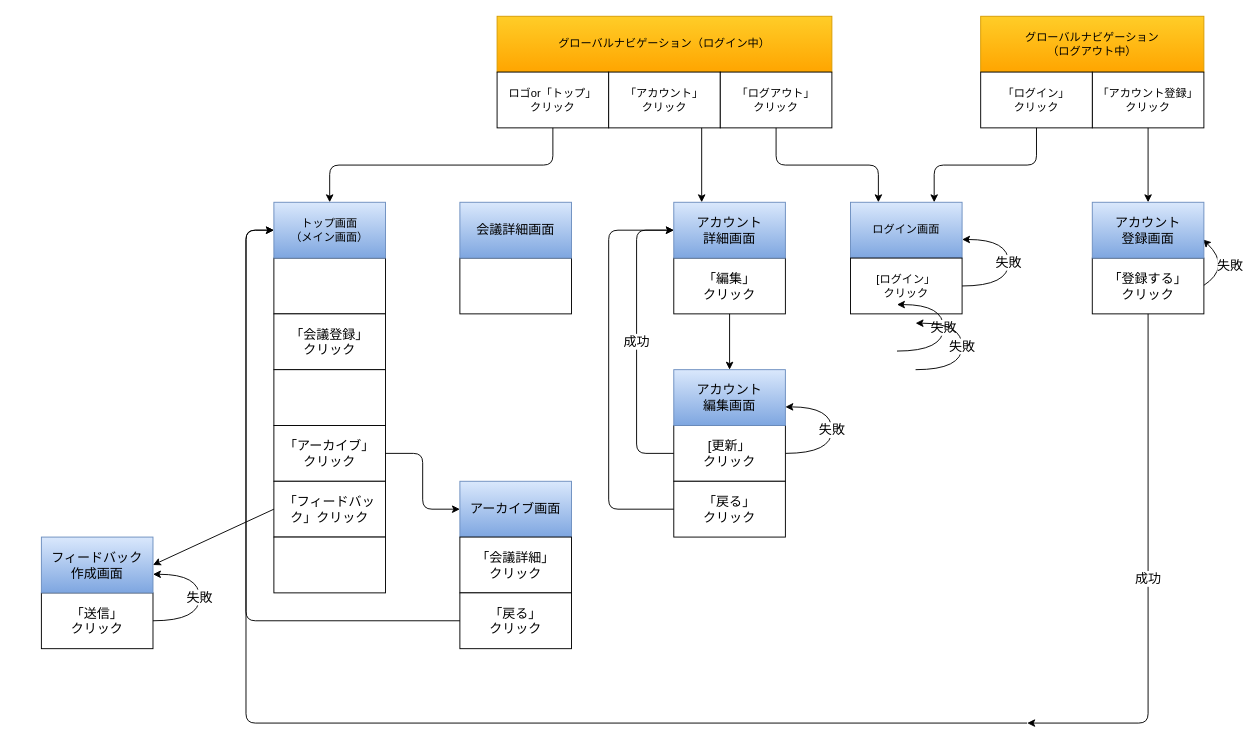
The draw.io diagram screen_transition.drawio in ushimedia/catalog_task_1, before the edit. Source tidied: cells renumbered, new cells numbered last; positions are measured from the earlier drawing's top-left corner, leaving out a move shared by most shapes. Both pictures are drawn from the tidied source at 93%, with x=0, y=0 at pixel (41, 16).
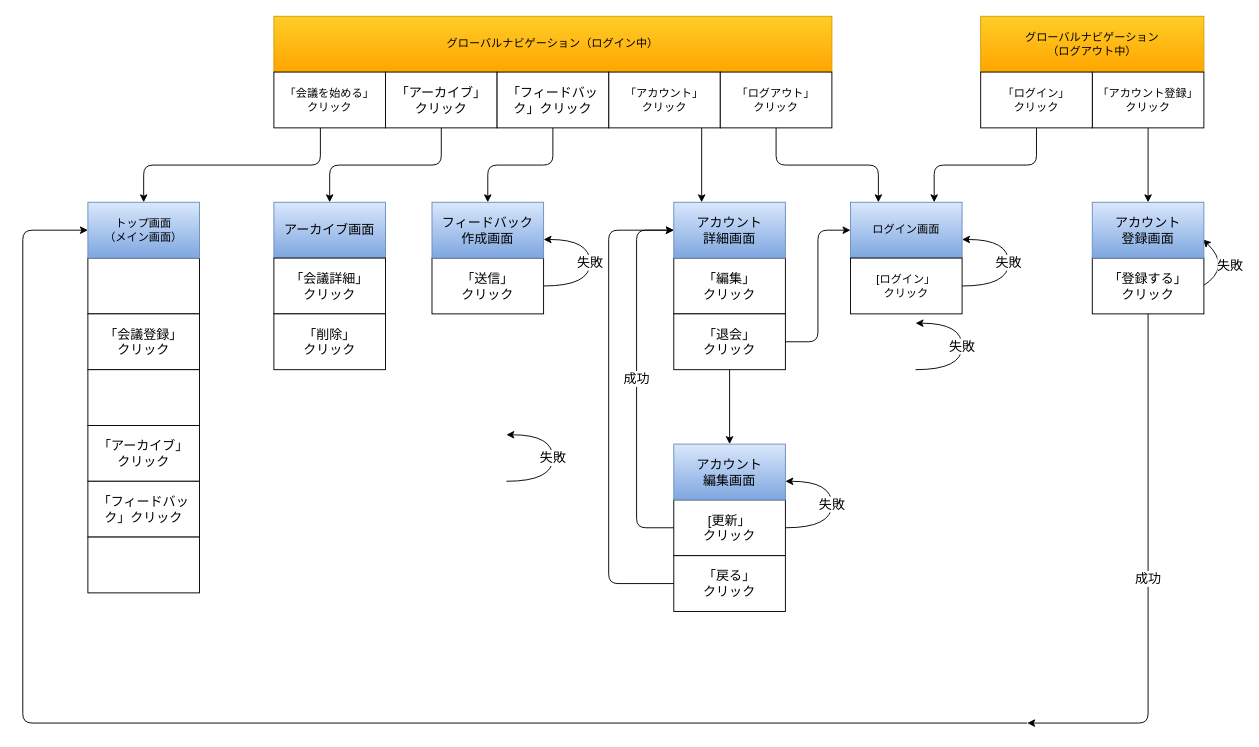
Above is the later version.

Unchanged cells that the change refers to:
```xml
<mxCell id="14" value="ログイン画面" style="rounded=0;whiteSpace=wrap;html=1;fillColor=#dae8fc;gradientColor=#7ea6e0;strokeColor=#6c8ebf;" parent="1" vertex="1">
  <mxGeometry x="870" y="200" width="120" height="60" as="geometry" />
</mxCell>
<mxCell id="28" value="「編集」&lt;br&gt;クリック" style="rounded=0;whiteSpace=wrap;html=1;fontSize=14;" parent="1" vertex="1">
  <mxGeometry x="680" y="260" width="120" height="60" as="geometry" />
</mxCell>
```

What changed in the source:
```diff
@@
     <mxCell id="2" value="グローバルナビゲーション（ログイン中）" style="rounded=0;whiteSpace=wrap;html=1;fillColor=#ffcd28;strokeColor=#d79b00;gradientColor=#ffa500;" parent="1" vertex="1">
-      <mxGeometry x="490" width="360" height="60" as="geometry" />
+      <mxGeometry x="250" width="600" height="60" as="geometry" />
     </mxCell>
-    <mxCell id="3" value="ロゴor「トップ」&lt;br&gt;クリック" style="rounded=0;whiteSpace=wrap;html=1;" parent="1" vertex="1">
-      <mxGeometry x="490" y="60" width="120" height="60" as="geometry" />
+    <mxCell id="3" value="「会議を始める」&lt;br&gt;クリック" style="rounded=0;whiteSpace=wrap;html=1;" parent="1" vertex="1">
+      <mxGeometry x="250" y="60" width="120" height="60" as="geometry" />
     </mxCell>
@@
     <mxCell id="9" style="rounded=0;whiteSpace=wrap;html=1;" parent="1" vertex="1">
-      <mxGeometry x="250" y="260" width="120" height="60" as="geometry" />
+      <mxGeometry x="50" y="260" width="120" height="60" as="geometry" />
     </mxCell>
     <mxCell id="10" value="トップ画面&lt;br&gt;（メイン画面）" style="rounded=0;whiteSpace=wrap;html=1;fillColor=#dae8fc;gradientColor=#7ea6e0;strokeColor=#6c8ebf;" parent="1" vertex="1">
-      <mxGeometry x="250" y="200" width="120" height="60" as="geometry" />
+      <mxGeometry x="50" y="200" width="120" height="60" as="geometry" />
     </mxCell>
     <mxCell id="11" value="&lt;font style=&quot;font-size: 14px&quot;&gt;「会議登録」&lt;br&gt;クリック&lt;/font&gt;" style="rounded=0;whiteSpace=wrap;html=1;" parent="1" vertex="1">
-      <mxGeometry x="250" y="320" width="120" height="60" as="geometry" />
+      <mxGeometry x="50" y="320" width="120" height="60" as="geometry" />
     </mxCell>
     <mxCell id="12" style="rounded=0;whiteSpace=wrap;html=1;" parent="1" vertex="1">
-      <mxGeometry x="250" y="380" width="120" height="60" as="geometry" />
+      <mxGeometry x="50" y="380" width="120" height="60" as="geometry" />
     </mxCell>
     <mxCell id="13" value="&lt;font style=&quot;font-size: 14px&quot;&gt;「アーカイブ」&lt;br&gt;クリック&lt;/font&gt;" style="rounded=0;whiteSpace=wrap;html=1;" parent="1" vertex="1">
-      <mxGeometry x="250" y="440" width="120" height="60" as="geometry" />
+      <mxGeometry x="50" y="440" width="120" height="60" as="geometry" />
     </mxCell>
@@
     <mxCell id="18" value="&lt;font style=&quot;font-size: 14px&quot;&gt;失敗&lt;/font&gt;" style="curved=1;endArrow=classic;html=1;" parent="1" edge="1">
       <mxGeometry relative="1" as="geometry">
-        <mxPoint x="800" y="470" as="sourcePoint" />
-        <mxPoint x="800" y="420" as="targetPoint" />
+        <mxPoint x="800" y="550" as="sourcePoint" />
+        <mxPoint x="800" y="500" as="targetPoint" />
         <Array as="points">
-          <mxPoint x="850" y="470" />
-          <mxPoint x="850" y="420" />
-          <mxPoint x="800" y="420" />
+          <mxPoint x="850" y="550" />
+          <mxPoint x="850" y="500" />
+          <mxPoint x="800" y="500" />
         </Array>
       </mxGeometry>
     </mxCell>
     <mxCell id="19" value="&lt;font style=&quot;font-size: 14px&quot;&gt;失敗&lt;/font&gt;" style="curved=1;endArrow=classic;html=1;" parent="1" edge="1">
       <mxGeometry relative="1" as="geometry">
-        <mxPoint x="920" y="360" as="sourcePoint" />
-        <mxPoint x="920" y="310" as="targetPoint" />
+        <mxPoint x="500" y="500" as="sourcePoint" />
+        <mxPoint x="500" y="450" as="targetPoint" />
         <Array as="points">
-          <mxPoint x="970" y="360" />
-          <mxPoint x="970" y="310" />
-          <mxPoint x="920" y="310" />
+          <mxPoint x="550" y="500" />
+          <mxPoint x="550" y="450" />
+          <mxPoint x="500" y="450" />
         </Array>
       </mxGeometry>
     </mxCell>
@@
     <mxCell id="24" value="「送信」&lt;br&gt;クリック" style="rounded=0;whiteSpace=wrap;html=1;fontSize=14;" parent="1" vertex="1">
-      <mxGeometry y="620" width="120" height="60" as="geometry" />
+      <mxGeometry x="420" y="260" width="120" height="60" as="geometry" />
     </mxCell>
@@
     <mxCell id="27" style="edgeStyle=elbowEdgeStyle;elbow=horizontal;endArrow=classic;html=1;fontSize=14;entryX=0;entryY=0.5;entryDx=0;entryDy=0;" parent="1" edge="1" target="10">
       <mxGeometry relative="1" as="geometry">
         <mxPoint x="1060" y="760" as="sourcePoint" />
         <Array as="points">
-          <mxPoint x="220" y="490" />
+          <mxPoint x="-20" y="470" />
         </Array>
       </mxGeometry>
     </mxCell>
@@
     <mxCell id="30" value="[更新」&lt;br&gt;クリック" style="rounded=0;whiteSpace=wrap;html=1;fontSize=14;" parent="1" vertex="1">
-      <mxGeometry x="680" y="440" width="120" height="60" as="geometry" />
+      <mxGeometry x="680" y="520" width="120" height="60" as="geometry" />
     </mxCell>
     <mxCell id="31" value="アカウント&lt;br&gt;編集画面" style="rounded=0;whiteSpace=wrap;html=1;fontSize=14;fillColor=#dae8fc;gradientColor=#7ea6e0;strokeColor=#6c8ebf;" parent="1" vertex="1">
-      <mxGeometry x="680" y="380" width="120" height="60" as="geometry" />
+      <mxGeometry x="680" y="460" width="120" height="60" as="geometry" />
     </mxCell>
     <mxCell id="32" value="「戻る」&lt;br&gt;クリック" style="rounded=0;whiteSpace=wrap;html=1;fontSize=14;" parent="1" vertex="1">
-      <mxGeometry x="680" y="500" width="120" height="60" as="geometry" />
+      <mxGeometry x="680" y="580" width="120" height="60" as="geometry" />
     </mxCell>
-    <mxCell id="33" style="endArrow=classic;html=1;fontSize=14;exitX=0.5;exitY=1;exitDx=0;exitDy=0;entryX=0.5;entryY=0;entryDx=0;entryDy=0;" parent="1" edge="1" source="28" target="31">
+    <mxCell id="33" style="endArrow=classic;html=1;fontSize=14;exitX=0.5;exitY=1;exitDx=0;exitDy=0;entryX=0.5;entryY=0;entryDx=0;entryDy=0;" parent="1" edge="1" source="51" target="31">
       <mxGeometry relative="1" as="geometry" />
     </mxCell>
@@
     <mxCell id="37" value="「フィードバック」クリック" style="rounded=0;whiteSpace=wrap;html=1;fontSize=14;" parent="1" vertex="1">
-      <mxGeometry x="250" y="500" width="120" height="60" as="geometry" />
+      <mxGeometry x="50" y="500" width="120" height="60" as="geometry" />
     </mxCell>
     <mxCell id="38" style="rounded=0;whiteSpace=wrap;html=1;fontSize=14;" parent="1" vertex="1">
-      <mxGeometry x="250" y="560" width="120" height="60" as="geometry" />
+      <mxGeometry x="50" y="560" width="120" height="60" as="geometry" />
     </mxCell>
     <mxCell id="39" value="アーカイブ画面" style="rounded=0;whiteSpace=wrap;html=1;fontSize=14;fillColor=#dae8fc;gradientColor=#7ea6e0;strokeColor=#6c8ebf;" parent="1" vertex="1">
-      <mxGeometry x="450" y="500" width="120" height="60" as="geometry" />
+      <mxGeometry x="250" y="200" width="120" height="60" as="geometry" />
     </mxCell>
     <mxCell id="40" value="「会議詳細」&lt;br&gt;クリック" style="rounded=0;whiteSpace=wrap;html=1;fontSize=14;" parent="1" vertex="1">
-      <mxGeometry x="450" y="560" width="120" height="60" as="geometry" />
+      <mxGeometry x="250" y="260" width="120" height="60" as="geometry" />
     </mxCell>
-    <mxCell id="41" value="「戻る」&lt;br&gt;クリック" style="rounded=0;whiteSpace=wrap;html=1;fontSize=14;" parent="1" vertex="1">
-      <mxGeometry x="450" y="620" width="120" height="60" as="geometry" />
+    <mxCell id="41" value="「削除」&lt;br&gt;クリック" style="rounded=0;whiteSpace=wrap;html=1;fontSize=14;" parent="1" vertex="1">
+      <mxGeometry x="250" y="320" width="120" height="60" as="geometry" />
     </mxCell>
-    <mxCell id="42" style="edgeStyle=elbowEdgeStyle;elbow=horizontal;endArrow=classic;html=1;fontSize=14;entryX=0;entryY=0.5;entryDx=0;entryDy=0;exitX=0;exitY=0.5;exitDx=0;exitDy=0;" parent="1" edge="1" source="41" target="10">
-      <mxGeometry relative="1" as="geometry">
-        <Array as="points">
-          <mxPoint x="220" y="440" />
-        </Array>
-      </mxGeometry>
-    </mxCell>
-    <mxCell id="43" style="edgeStyle=elbowEdgeStyle;elbow=horizontal;endArrow=classic;html=1;fontSize=14;entryX=0;entryY=0.5;entryDx=0;entryDy=0;exitX=1;exitY=0.5;exitDx=0;exitDy=0;" parent="1" edge="1" source="13" target="39">
-      <mxGeometry relative="1" as="geometry" />
-    </mxCell>
-    <mxCell id="44" style="rounded=0;whiteSpace=wrap;html=1;fontSize=14;" parent="1" vertex="1">
-      <mxGeometry x="450" y="260" width="120" height="60" as="geometry" />
-    </mxCell>
-    <mxCell id="45" value="会議詳細画面" style="rounded=0;whiteSpace=wrap;html=1;fontSize=14;fillColor=#dae8fc;gradientColor=#7ea6e0;strokeColor=#6c8ebf;" parent="1" vertex="1">
-      <mxGeometry x="450" y="200" width="120" height="60" as="geometry" />
-    </mxCell>
     <mxCell id="46" value="フィードバック&lt;br&gt;作成画面" style="rounded=0;whiteSpace=wrap;html=1;fontSize=14;fillColor=#dae8fc;gradientColor=#7ea6e0;strokeColor=#6c8ebf;" parent="1" vertex="1">
-      <mxGeometry y="560" width="120" height="60" as="geometry" />
+      <mxGeometry x="420" y="200" width="120" height="60" as="geometry" />
     </mxCell>
-    <mxCell id="47" style="endArrow=classic;html=1;fontSize=14;exitX=0;exitY=0.5;exitDx=0;exitDy=0;entryX=1;entryY=0.5;entryDx=0;entryDy=0;" parent="1" edge="1" source="37" target="46">
-      <mxGeometry relative="1" as="geometry" />
-    </mxCell>
     <mxCell id="48" value="&lt;font style=&quot;font-size: 14px&quot;&gt;失敗&lt;/font&gt;" style="curved=1;endArrow=classic;html=1;" parent="1" edge="1">
       <mxGeometry relative="1" as="geometry">
-        <mxPoint x="120" y="650" as="sourcePoint" />
-        <mxPoint x="120" y="600" as="targetPoint" />
+        <mxPoint x="540" y="290" as="sourcePoint" />
+        <mxPoint x="540" y="240" as="targetPoint" />
         <Array as="points">
-          <mxPoint x="170" y="650" />
-          <mxPoint x="170" y="600" />
-          <mxPoint x="120" y="600" />
+          <mxPoint x="590" y="290" />
+          <mxPoint x="590" y="240" />
+          <mxPoint x="540" y="240" />
         </Array>
       </mxGeometry>
     </mxCell>
@@
-    <mxCell id="50" style="edgeStyle=elbowEdgeStyle;elbow=vertical;endArrow=classic;html=1;fontSize=14;entryX=0.5;entryY=0;entryDx=0;entryDy=0;exitX=0.5;exitY=1;exitDx=0;exitDy=0;" parent="1" edge="1" source="3" target="10">
-      <mxGeometry relative="1" as="geometry">
-        <Array as="points">
-          <mxPoint x="420" y="160" />
-        </Array>
-      </mxGeometry>
-    </mxCell>
+    <mxCell id="51" value="「退会」&lt;br&gt;クリック" style="rounded=0;whiteSpace=wrap;html=1;fontSize=14;" parent="1" vertex="1">
+      <mxGeometry x="680" y="320" width="120" height="60" as="geometry" />
+    </mxCell>
+    <mxCell id="52" style="edgeStyle=elbowEdgeStyle;elbow=horizontal;endArrow=classic;html=1;fontSize=14;entryX=0;entryY=0.5;entryDx=0;entryDy=0;exitX=1;exitY=0.5;exitDx=0;exitDy=0;" parent="1" edge="1" source="51" target="14">
+      <mxGeometry relative="1" as="geometry" />
+    </mxCell>
+    <mxCell id="53" value="「アーカイブ」&lt;br&gt;クリック" style="rounded=0;whiteSpace=wrap;html=1;fontSize=14;" parent="1" vertex="1">
+      <mxGeometry x="370" y="60" width="120" height="60" as="geometry" />
+    </mxCell>
+    <mxCell id="54" value="「フィードバック」クリック" style="rounded=0;whiteSpace=wrap;html=1;fontSize=14;" parent="1" vertex="1">
+      <mxGeometry x="490" y="60" width="120" height="60" as="geometry" />
+    </mxCell>
+    <mxCell id="55" style="edgeStyle=elbowEdgeStyle;elbow=vertical;endArrow=classic;html=1;fontSize=14;entryX=0.5;entryY=0;entryDx=0;entryDy=0;exitX=0.5;exitY=1;exitDx=0;exitDy=0;" parent="1" edge="1" source="54" target="46">
+      <mxGeometry relative="1" as="geometry" />
+    </mxCell>
+    <mxCell id="56" style="edgeStyle=elbowEdgeStyle;elbow=vertical;endArrow=classic;html=1;fontSize=14;entryX=0.5;entryY=0;entryDx=0;entryDy=0;exitX=0.5;exitY=1;exitDx=0;exitDy=0;" parent="1" edge="1" target="39">
+      <mxGeometry relative="1" as="geometry">
+        <mxPoint x="430" y="120" as="sourcePoint" />
+      </mxGeometry>
+    </mxCell>
+    <mxCell id="57" style="edgeStyle=elbowEdgeStyle;elbow=vertical;endArrow=classic;html=1;fontSize=14;entryX=0.5;entryY=0;entryDx=0;entryDy=0;exitX=0.5;exitY=1;exitDx=0;exitDy=0;" parent="1" edge="1" target="10">
+      <mxGeometry relative="1" as="geometry">
+        <mxPoint x="300" y="120" as="sourcePoint" />
+      </mxGeometry>
+    </mxCell>
```
